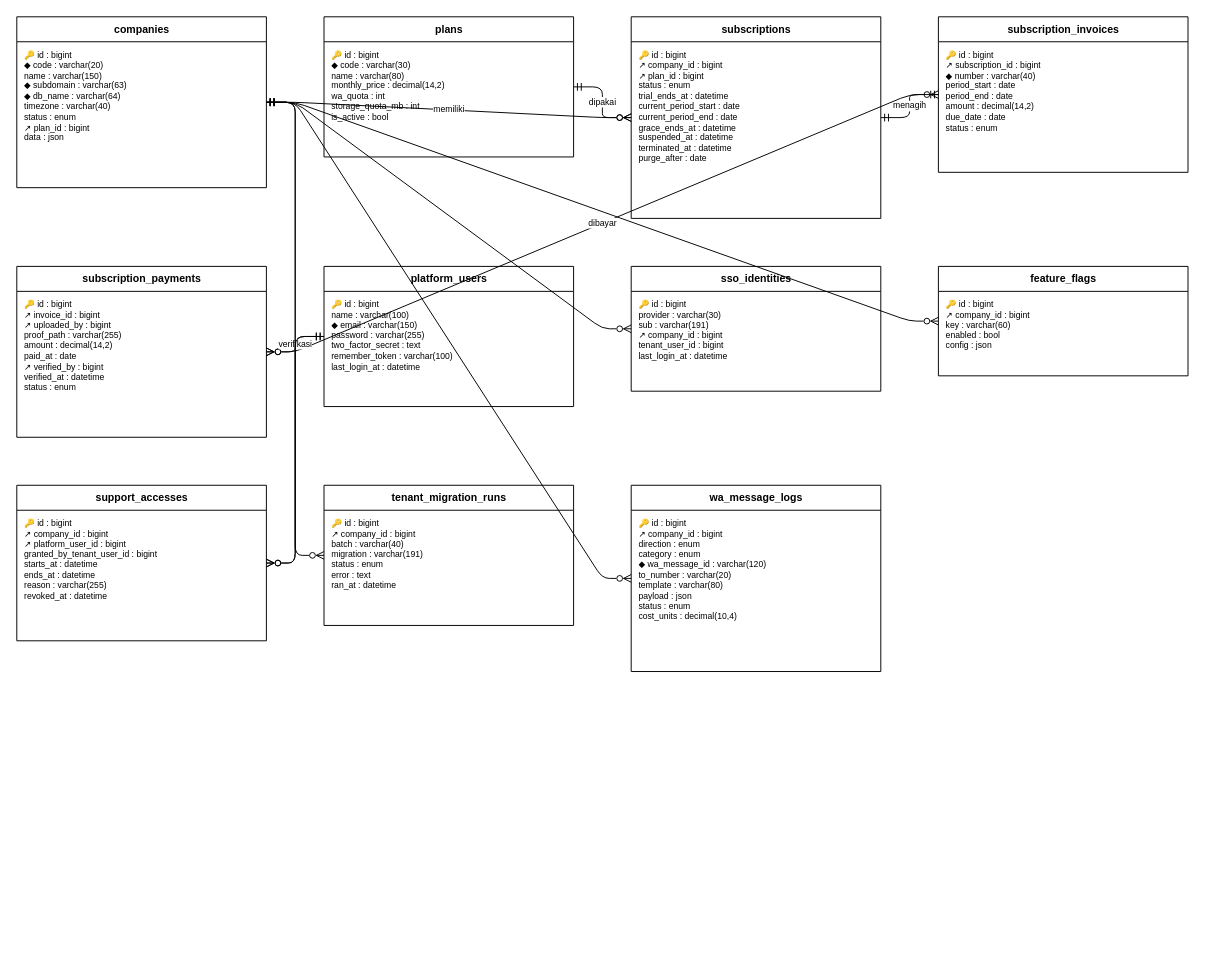
The draw.io diagram docs/diagram/erd-pusat.drawio in HengkyDarmawan/wms, before the edit. Source tidied: cells renumbered, new cells numbered last; positions are measured from the earlier drawing's top-left corner, leaving out a move shared by most shapes. Both pictures are drawn from the tidied source at 96%, with x=0, y=0 at pixel (16, 16).
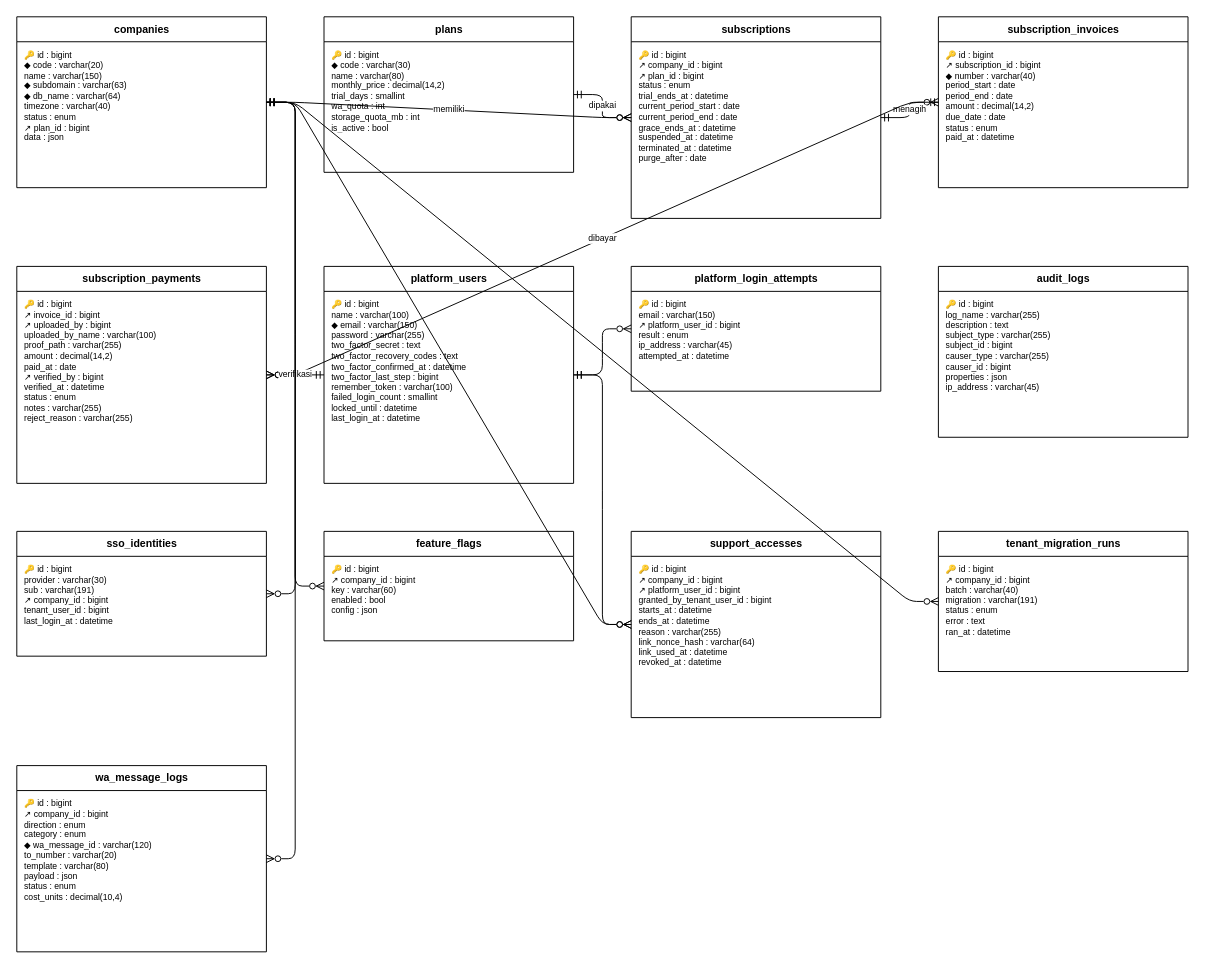
The same diagram, later.

Unchanged cells that the change refers to:
```xml
<mxCell id="2" value="companies" style="swimlane;fontStyle=1;horizontal=1;startSize=26;html=1;fontSize=11;fillColor=#FFFFFF;" parent="1" vertex="1">
  <mxGeometry width="260" height="178" as="geometry" />
</mxCell>
```

Diff of the diagram source:
```diff
@@
     <mxCell id="4" value="plans" style="swimlane;fontStyle=1;horizontal=1;startSize=26;html=1;fontSize=11;fillColor=#FFFFFF;" parent="1" vertex="1">
-      <mxGeometry x="320" width="260" height="146" as="geometry" />
+      <mxGeometry x="320" width="260" height="162" as="geometry" />
     </mxCell>
-    <mxCell id="5" value="🔑 id : bigint&lt;br&gt;◆ code : varchar(30)&lt;br&gt;name : varchar(80)&lt;br&gt;monthly_price : decimal(14,2)&lt;br&gt;wa_quota : int&lt;br&gt;storage_quota_mb : int&lt;br&gt;is_active : bool" style="text;html=1;strokeColor=none;fillColor=none;align=left;verticalAlign=top;spacingLeft=6;spacingTop=2;fontSize=9;whiteSpace=wrap;overflow=hidden;" parent="4" vertex="1">
-      <mxGeometry y="26" width="260" height="120" as="geometry" />
+    <mxCell id="5" value="🔑 id : bigint&lt;br&gt;◆ code : varchar(30)&lt;br&gt;name : varchar(80)&lt;br&gt;monthly_price : decimal(14,2)&lt;br&gt;trial_days : smallint&lt;br&gt;wa_quota : int&lt;br&gt;storage_quota_mb : int&lt;br&gt;is_active : bool" style="text;html=1;strokeColor=none;fillColor=none;align=left;verticalAlign=top;spacingLeft=6;spacingTop=2;fontSize=9;whiteSpace=wrap;overflow=hidden;" parent="4" vertex="1">
+      <mxGeometry y="26" width="260" height="136" as="geometry" />
     </mxCell>
@@
     <mxCell id="8" value="subscription_invoices" style="swimlane;fontStyle=1;horizontal=1;startSize=26;html=1;fontSize=11;fillColor=#FFFFFF;" parent="1" vertex="1">
-      <mxGeometry x="960" width="260" height="162" as="geometry" />
+      <mxGeometry x="960" width="260" height="178" as="geometry" />
     </mxCell>
-    <mxCell id="9" value="🔑 id : bigint&lt;br&gt;↗ subscription_id : bigint&lt;br&gt;◆ number : varchar(40)&lt;br&gt;period_start : date&lt;br&gt;period_end : date&lt;br&gt;amount : decimal(14,2)&lt;br&gt;due_date : date&lt;br&gt;status : enum" style="text;html=1;strokeColor=none;fillColor=none;align=left;verticalAlign=top;spacingLeft=6;spacingTop=2;fontSize=9;whiteSpace=wrap;overflow=hidden;" parent="8" vertex="1">
-      <mxGeometry y="26" width="260" height="136" as="geometry" />
+    <mxCell id="9" value="🔑 id : bigint&lt;br&gt;↗ subscription_id : bigint&lt;br&gt;◆ number : varchar(40)&lt;br&gt;period_start : date&lt;br&gt;period_end : date&lt;br&gt;amount : decimal(14,2)&lt;br&gt;due_date : date&lt;br&gt;status : enum&lt;br&gt;paid_at : datetime" style="text;html=1;strokeColor=none;fillColor=none;align=left;verticalAlign=top;spacingLeft=6;spacingTop=2;fontSize=9;whiteSpace=wrap;overflow=hidden;" parent="8" vertex="1">
+      <mxGeometry y="26" width="260" height="152" as="geometry" />
     </mxCell>
     <mxCell id="10" value="subscription_payments" style="swimlane;fontStyle=1;horizontal=1;startSize=26;html=1;fontSize=11;fillColor=#FFFFFF;" parent="1" vertex="1">
-      <mxGeometry y="260" width="260" height="178" as="geometry" />
+      <mxGeometry y="260" width="260" height="226" as="geometry" />
     </mxCell>
-    <mxCell id="11" value="🔑 id : bigint&lt;br&gt;↗ invoice_id : bigint&lt;br&gt;↗ uploaded_by : bigint&lt;br&gt;proof_path : varchar(255)&lt;br&gt;amount : decimal(14,2)&lt;br&gt;paid_at : date&lt;br&gt;↗ verified_by : bigint&lt;br&gt;verified_at : datetime&lt;br&gt;status : enum" style="text;html=1;strokeColor=none;fillColor=none;align=left;verticalAlign=top;spacingLeft=6;spacingTop=2;fontSize=9;whiteSpace=wrap;overflow=hidden;" parent="10" vertex="1">
-      <mxGeometry y="26" width="260" height="152" as="geometry" />
+    <mxCell id="11" value="🔑 id : bigint&lt;br&gt;↗ invoice_id : bigint&lt;br&gt;↗ uploaded_by : bigint&lt;br&gt;uploaded_by_name : varchar(100)&lt;br&gt;proof_path : varchar(255)&lt;br&gt;amount : decimal(14,2)&lt;br&gt;paid_at : date&lt;br&gt;↗ verified_by : bigint&lt;br&gt;verified_at : datetime&lt;br&gt;status : enum&lt;br&gt;notes : varchar(255)&lt;br&gt;reject_reason : varchar(255)" style="text;html=1;strokeColor=none;fillColor=none;align=left;verticalAlign=top;spacingLeft=6;spacingTop=2;fontSize=9;whiteSpace=wrap;overflow=hidden;" parent="10" vertex="1">
+      <mxGeometry y="26" width="260" height="200" as="geometry" />
     </mxCell>
     <mxCell id="12" value="platform_users" style="swimlane;fontStyle=1;horizontal=1;startSize=26;html=1;fontSize=11;fillColor=#FFFFFF;" parent="1" vertex="1">
-      <mxGeometry x="320" y="260" width="260" height="146" as="geometry" />
+      <mxGeometry x="320" y="260" width="260" height="226" as="geometry" />
     </mxCell>
-    <mxCell id="13" value="🔑 id : bigint&lt;br&gt;name : varchar(100)&lt;br&gt;◆ email : varchar(150)&lt;br&gt;password : varchar(255)&lt;br&gt;two_factor_secret : text&lt;br&gt;remember_token : varchar(100)&lt;br&gt;last_login_at : datetime" style="text;html=1;strokeColor=none;fillColor=none;align=left;verticalAlign=top;spacingLeft=6;spacingTop=2;fontSize=9;whiteSpace=wrap;overflow=hidden;" parent="12" vertex="1">
-      <mxGeometry y="26" width="260" height="120" as="geometry" />
+    <mxCell id="13" value="🔑 id : bigint&lt;br&gt;name : varchar(100)&lt;br&gt;◆ email : varchar(150)&lt;br&gt;password : varchar(255)&lt;br&gt;two_factor_secret : text&lt;br&gt;two_factor_recovery_codes : text&lt;br&gt;two_factor_confirmed_at : datetime&lt;br&gt;two_factor_last_step : bigint&lt;br&gt;remember_token : varchar(100)&lt;br&gt;failed_login_count : smallint&lt;br&gt;locked_until : datetime&lt;br&gt;last_login_at : datetime" style="text;html=1;strokeColor=none;fillColor=none;align=left;verticalAlign=top;spacingLeft=6;spacingTop=2;fontSize=9;whiteSpace=wrap;overflow=hidden;" parent="12" vertex="1">
+      <mxGeometry y="26" width="260" height="200" as="geometry" />
     </mxCell>
+    <mxCell id="35" value="platform_login_attempts" style="swimlane;fontStyle=1;horizontal=1;startSize=26;html=1;fontSize=11;fillColor=#FFFFFF;" parent="1" vertex="1">
+      <mxGeometry x="640" y="260" width="260" height="130" as="geometry" />
+    </mxCell>
+    <mxCell id="36" value="🔑 id : bigint&lt;br&gt;email : varchar(150)&lt;br&gt;↗ platform_user_id : bigint&lt;br&gt;result : enum&lt;br&gt;ip_address : varchar(45)&lt;br&gt;attempted_at : datetime" style="text;html=1;strokeColor=none;fillColor=none;align=left;verticalAlign=top;spacingLeft=6;spacingTop=2;fontSize=9;whiteSpace=wrap;overflow=hidden;" parent="35" vertex="1">
+      <mxGeometry y="26" width="260" height="104" as="geometry" />
+    </mxCell>
+    <mxCell id="37" value="audit_logs" style="swimlane;fontStyle=1;horizontal=1;startSize=26;html=1;fontSize=11;fillColor=#FFFFFF;" parent="1" vertex="1">
+      <mxGeometry x="960" y="260" width="260" height="178" as="geometry" />
+    </mxCell>
+    <mxCell id="38" value="🔑 id : bigint&lt;br&gt;log_name : varchar(255)&lt;br&gt;description : text&lt;br&gt;subject_type : varchar(255)&lt;br&gt;subject_id : bigint&lt;br&gt;causer_type : varchar(255)&lt;br&gt;causer_id : bigint&lt;br&gt;properties : json&lt;br&gt;ip_address : varchar(45)" style="text;html=1;strokeColor=none;fillColor=none;align=left;verticalAlign=top;spacingLeft=6;spacingTop=2;fontSize=9;whiteSpace=wrap;overflow=hidden;" parent="37" vertex="1">
+      <mxGeometry y="26" width="260" height="152" as="geometry" />
+    </mxCell>
     <mxCell id="14" value="sso_identities" style="swimlane;fontStyle=1;horizontal=1;startSize=26;html=1;fontSize=11;fillColor=#FFFFFF;" parent="1" vertex="1">
-      <mxGeometry x="640" y="260" width="260" height="130" as="geometry" />
+      <mxGeometry y="536" width="260" height="130" as="geometry" />
     </mxCell>
@@
     <mxCell id="16" value="feature_flags" style="swimlane;fontStyle=1;horizontal=1;startSize=26;html=1;fontSize=11;fillColor=#FFFFFF;" parent="1" vertex="1">
-      <mxGeometry x="960" y="260" width="260" height="114" as="geometry" />
+      <mxGeometry x="320" y="536" width="260" height="114" as="geometry" />
     </mxCell>
@@
     <mxCell id="18" value="support_accesses" style="swimlane;fontStyle=1;horizontal=1;startSize=26;html=1;fontSize=11;fillColor=#FFFFFF;" parent="1" vertex="1">
-      <mxGeometry y="488" width="260" height="162" as="geometry" />
+      <mxGeometry x="640" y="536" width="260" height="194" as="geometry" />
     </mxCell>
-    <mxCell id="19" value="🔑 id : bigint&lt;br&gt;↗ company_id : bigint&lt;br&gt;↗ platform_user_id : bigint&lt;br&gt;granted_by_tenant_user_id : bigint&lt;br&gt;starts_at : datetime&lt;br&gt;ends_at : datetime&lt;br&gt;reason : varchar(255)&lt;br&gt;revoked_at : datetime" style="text;html=1;strokeColor=none;fillColor=none;align=left;verticalAlign=top;spacingLeft=6;spacingTop=2;fontSize=9;whiteSpace=wrap;overflow=hidden;" parent="18" vertex="1">
-      <mxGeometry y="26" width="260" height="136" as="geometry" />
+    <mxCell id="19" value="🔑 id : bigint&lt;br&gt;↗ company_id : bigint&lt;br&gt;↗ platform_user_id : bigint&lt;br&gt;granted_by_tenant_user_id : bigint&lt;br&gt;starts_at : datetime&lt;br&gt;ends_at : datetime&lt;br&gt;reason : varchar(255)&lt;br&gt;link_nonce_hash : varchar(64)&lt;br&gt;link_used_at : datetime&lt;br&gt;revoked_at : datetime" style="text;html=1;strokeColor=none;fillColor=none;align=left;verticalAlign=top;spacingLeft=6;spacingTop=2;fontSize=9;whiteSpace=wrap;overflow=hidden;" parent="18" vertex="1">
+      <mxGeometry y="26" width="260" height="168" as="geometry" />
     </mxCell>
     <mxCell id="20" value="tenant_migration_runs" style="swimlane;fontStyle=1;horizontal=1;startSize=26;html=1;fontSize=11;fillColor=#FFFFFF;" parent="1" vertex="1">
-      <mxGeometry x="320" y="488" width="260" height="146" as="geometry" />
+      <mxGeometry x="960" y="536" width="260" height="146" as="geometry" />
     </mxCell>
@@
     <mxCell id="22" value="wa_message_logs" style="swimlane;fontStyle=1;horizontal=1;startSize=26;html=1;fontSize=11;fillColor=#FFFFFF;" parent="1" vertex="1">
-      <mxGeometry x="640" y="488" width="260" height="194" as="geometry" />
+      <mxGeometry y="780" width="260" height="194" as="geometry" />
     </mxCell>
@@
-    <mxCell id="33" style="edgeStyle=entityRelationEdgeStyle;fontSize=9;html=1;endArrow=ERzeroToMany;startArrow=ERmandOne;endFill=0;startFill=0;" parent="1" edge="1" source="2" target="20">
+    <mxCell id="33" style="edgeStyle=entityRelationEdgeStyle;fontSize=9;html=1;endArrow=ERzeroToMany;startArrow=ERmandOne;endFill=0;startFill=0;" parent="1" edge="1" source="12" target="35">
       <mxGeometry relative="1" as="geometry" />
     </mxCell>
-    <mxCell id="34" style="edgeStyle=entityRelationEdgeStyle;fontSize=9;html=1;endArrow=ERzeroToMany;startArrow=ERmandOne;endFill=0;startFill=0;" parent="1" edge="1" source="2" target="22">
+    <mxCell id="34" style="edgeStyle=entityRelationEdgeStyle;fontSize=9;html=1;endArrow=ERzeroToMany;startArrow=ERmandOne;endFill=0;startFill=0;" parent="1" edge="1" source="2" target="20">
       <mxGeometry relative="1" as="geometry" />
     </mxCell>
+    <mxCell id="39" style="edgeStyle=entityRelationEdgeStyle;fontSize=9;html=1;endArrow=ERzeroToMany;startArrow=ERmandOne;endFill=0;startFill=0;" parent="1" edge="1" source="2" target="22">
+      <mxGeometry relative="1" as="geometry" />
+    </mxCell>
```
